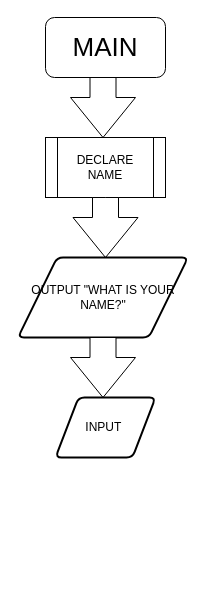
Above: Enhanced chatbot.drawio in DritsonDrouwow/code (draw.io), before the change. Source tidied: cells renumbered, new cells numbered last; positions are measured from the earlier drawing's top-left corner, leaving out a move shared by most shapes. Both pictures are drawn from the tidied source at 100%, with x=0, y=0 at pixel (17, 17).
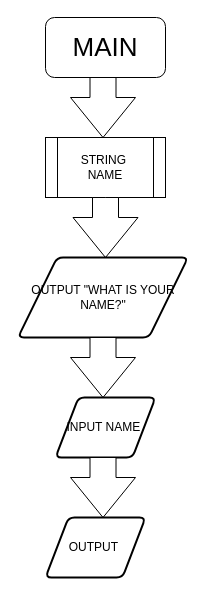
Above is the later version.

Diff of the diagram source:
```diff
@@
 <mxGraphModel>
   <root>
     <mxCell id="0" />
     <mxCell id="1" parent="0" />
     <mxCell id="2" value="&lt;font style=&quot;font-size: 26px;&quot;&gt;MAIN&lt;/font&gt;" style="rounded=1;whiteSpace=wrap;html=1;" parent="1" vertex="1">
       <mxGeometry x="28" width="120" height="60" as="geometry" />
     </mxCell>
     <mxCell id="3" style="html=1;shadow=0;dashed=0;align=center;verticalAlign=middle;shape=mxgraph.arrows2.arrow;dy=0.6;dx=40;direction=south;notch=0;" parent="1" vertex="1">
       <mxGeometry x="53" y="60" width="65" height="60" as="geometry" />
     </mxCell>
-    <mxCell id="4" value="DECLARE NAME" style="shape=process;whiteSpace=wrap;html=1;backgroundOutline=1;" parent="1" vertex="1">
+    <mxCell id="4" value="STRING&amp;nbsp;&lt;div&gt;NAME&lt;/div&gt;" style="shape=process;whiteSpace=wrap;html=1;backgroundOutline=1;" parent="1" vertex="1">
       <mxGeometry x="28" y="120" width="120" height="60" as="geometry" />
     </mxCell>
     <mxCell id="5" style="html=1;shadow=0;dashed=0;align=center;verticalAlign=middle;shape=mxgraph.arrows2.arrow;dy=0.6;dx=40;direction=south;notch=0;" parent="1" vertex="1">
       <mxGeometry x="55.5" y="180" width="65" height="60" as="geometry" />
     </mxCell>
     <mxCell id="6" value="OUTPUT &quot;WHAT IS YOUR NAME?&quot;" style="shape=parallelogram;html=1;strokeWidth=2;perimeter=parallelogramPerimeter;whiteSpace=wrap;rounded=1;arcSize=12;size=0.23;" parent="1" vertex="1">
       <mxGeometry x="0.5" y="240" width="170" height="80" as="geometry" />
     </mxCell>
     <mxCell id="7" style="html=1;shadow=0;dashed=0;align=center;verticalAlign=middle;shape=mxgraph.arrows2.arrow;dy=0.6;dx=40;direction=south;notch=0;" parent="1" vertex="1">
       <mxGeometry x="53" y="320" width="65" height="60" as="geometry" />
     </mxCell>
-    <mxCell id="8" value="INPUT&amp;nbsp;" style="shape=parallelogram;html=1;strokeWidth=2;perimeter=parallelogramPerimeter;whiteSpace=wrap;rounded=1;arcSize=12;size=0.23;" parent="1" vertex="1">
+    <mxCell id="8" value="INPUT NAME&amp;nbsp;" style="shape=parallelogram;html=1;strokeWidth=2;perimeter=parallelogramPerimeter;whiteSpace=wrap;rounded=1;arcSize=12;size=0.23;" parent="1" vertex="1">
       <mxGeometry x="38" y="380" width="100" height="60" as="geometry" />
     </mxCell>
+    <mxCell id="9" style="html=1;shadow=0;dashed=0;align=center;verticalAlign=middle;shape=mxgraph.arrows2.arrow;dy=0.6;dx=40;direction=south;notch=0;" parent="1" vertex="1">
+      <mxGeometry x="53" y="440" width="65" height="60" as="geometry" />
+    </mxCell>
+    <mxCell id="10" value="OUTPUT&amp;nbsp;" style="shape=parallelogram;html=1;strokeWidth=2;perimeter=parallelogramPerimeter;whiteSpace=wrap;rounded=1;arcSize=12;size=0.23;" parent="1" vertex="1">
+      <mxGeometry x="28" y="500" width="100" height="60" as="geometry" />
+    </mxCell>
   </root>
 </mxGraphModel>
```
